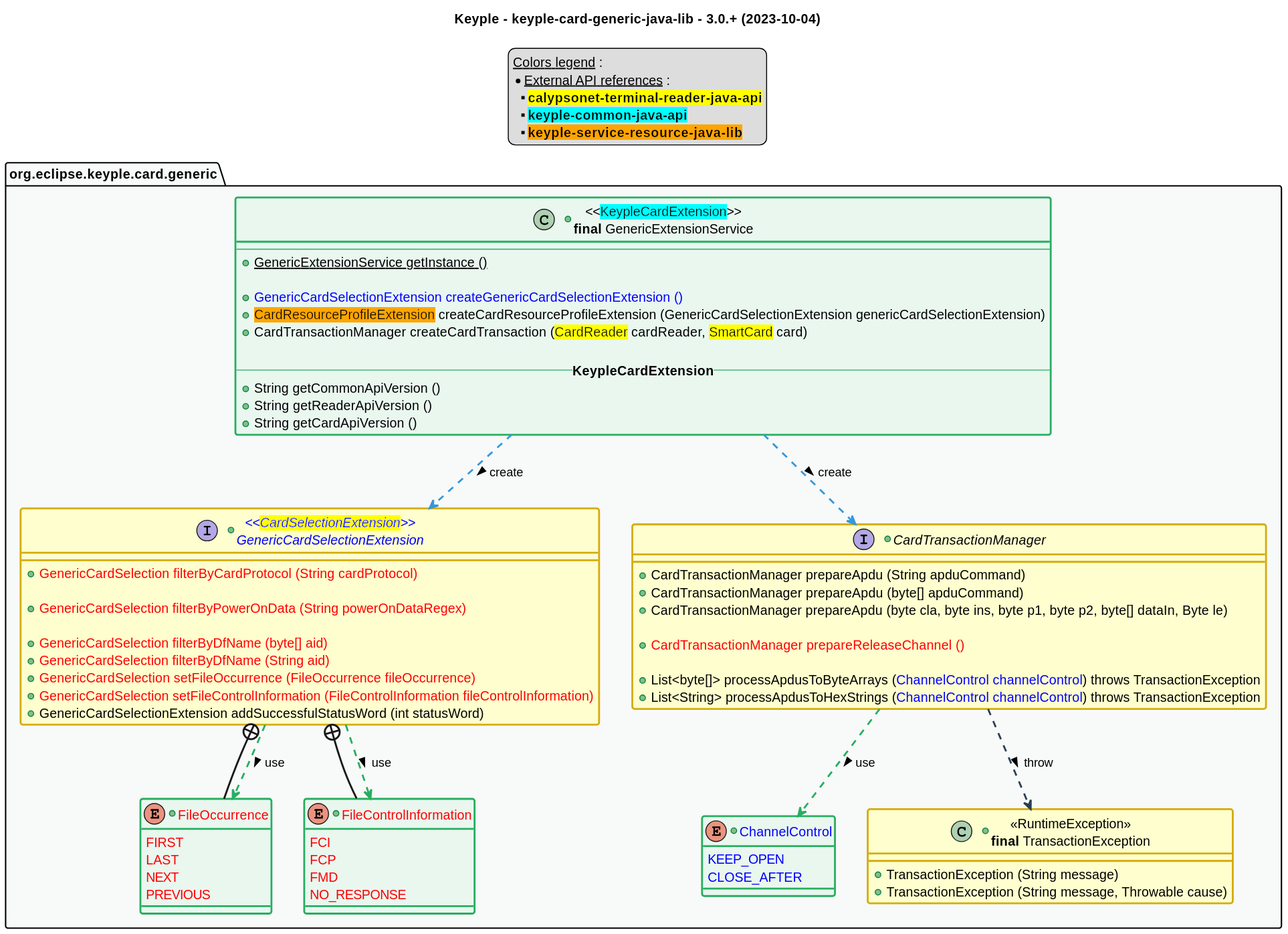
The PlantUML diagram src/main/uml/api_class_diagram.svg in eclipse-keyple/keyple-card-generic-java-lib, before a commit.
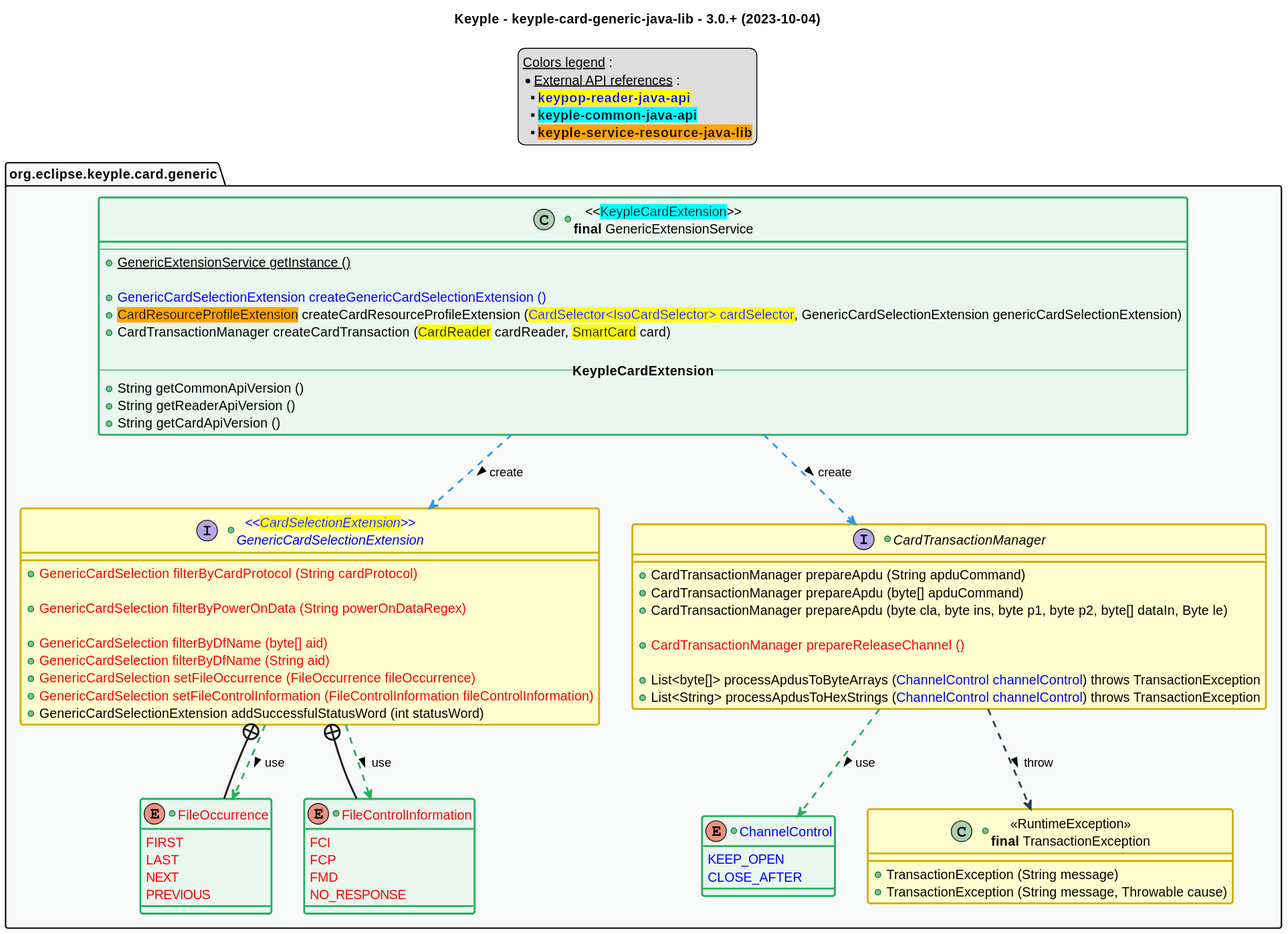
The same diagram one commit later.

What changed in the source:
```diff
@@ -44,7 +44,7 @@
 legend top
     __Colors legend__ :
     * __External API references__ :
-    ** <back:yellow>**calypsonet-terminal-reader-java-api**</back>
+    ** <color:blue><back:yellow>**keypop-reader-java-api**</back>
     ** <back:cyan>**keyple-common-java-api**</back>
     ** <back:orange>**keyple-service-resource-java-lib**</back>
 end legend
@@ -55,7 +55,7 @@
         +{static} GenericExtensionService getInstance ()
 
         +<color:blue>GenericCardSelectionExtension createGenericCardSelectionExtension ()
-        +<back:orange>CardResourceProfileExtension</back> createCardResourceProfileExtension (GenericCardSelectionExtension genericCardSelectionExtension)
+        +<back:orange>CardResourceProfileExtension</back> createCardResourceProfileExtension (<color:blue><back:yellow>CardSelector<IsoCardSelector> cardSelector</back></color>, GenericCardSelectionExtension genericCardSelectionExtension)
         +CardTransactionManager createCardTransaction (<back:yellow>CardReader</back> cardReader, <back:yellow>SmartCard</back> card)
 
         -- **KeypleCardExtension** --
```
